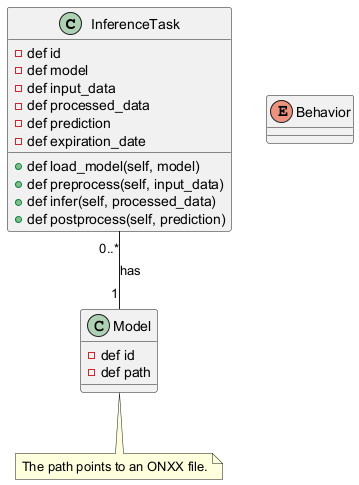
Jiuso1/linkference keeps this PlantUML diagram as class_diagram.png. Above is the earlier version.
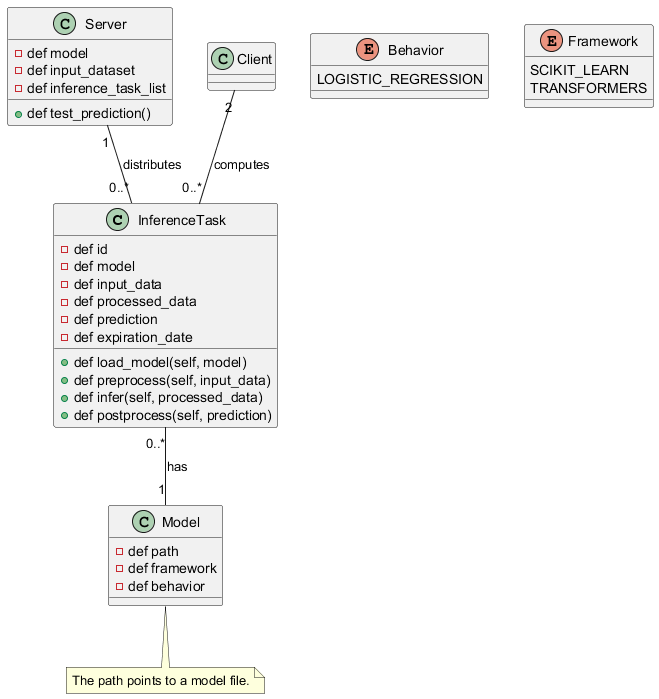
After the change.

Commit message:
Class diagram improved.

Diff of the diagram source:
```diff
@@ -12,12 +12,28 @@
     + def postprocess(self, prediction)
 }
 class Model{
-    - def id
     - def path
+    - def framework
+    - def behavior
 }
-note bottom of Model: The path points to an ONXX file.
-enum Behavior{
+note bottom of Model: The path points to a model file.
+class Server{
+    - def model
+    - def input_dataset
+    - def inference_task_list
+    + def test_prediction()
+}
+class Client{
 
 }
+enum Behavior{
+    LOGISTIC_REGRESSION
+}
+enum Framework{
+    SCIKIT_LEARN
+    TRANSFORMERS
+}
 InferenceTask "0..*" -- "1" Model : has
+Server "1" -- "0..*" InferenceTask : distributes
+Client "2" -- "0..*" InferenceTask : computes
 @enduml
```
